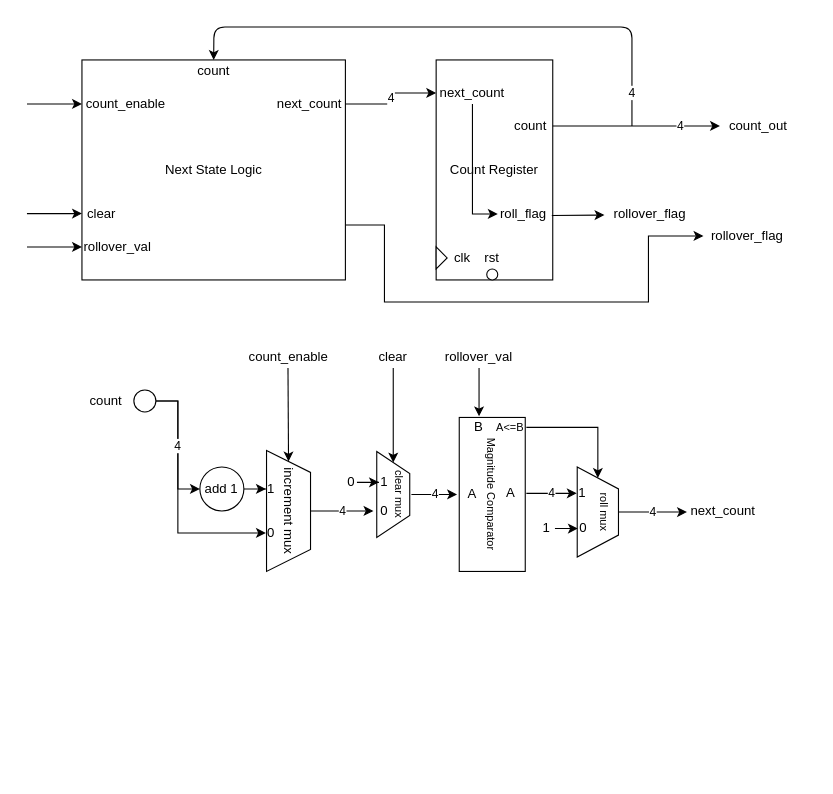
awesomeaiden/337labs keeps this draw.io diagram as Lab4/docs/flex_counter_optimized.drawio. Above is the earlier version. Source tidied: cells renumbered, new cells numbered last; positions are measured from the earlier drawing's top-left corner, leaving out a move shared by most shapes. Both pictures are drawn from the tidied source at 110%, with x=0, y=0 at pixel (26, 26).
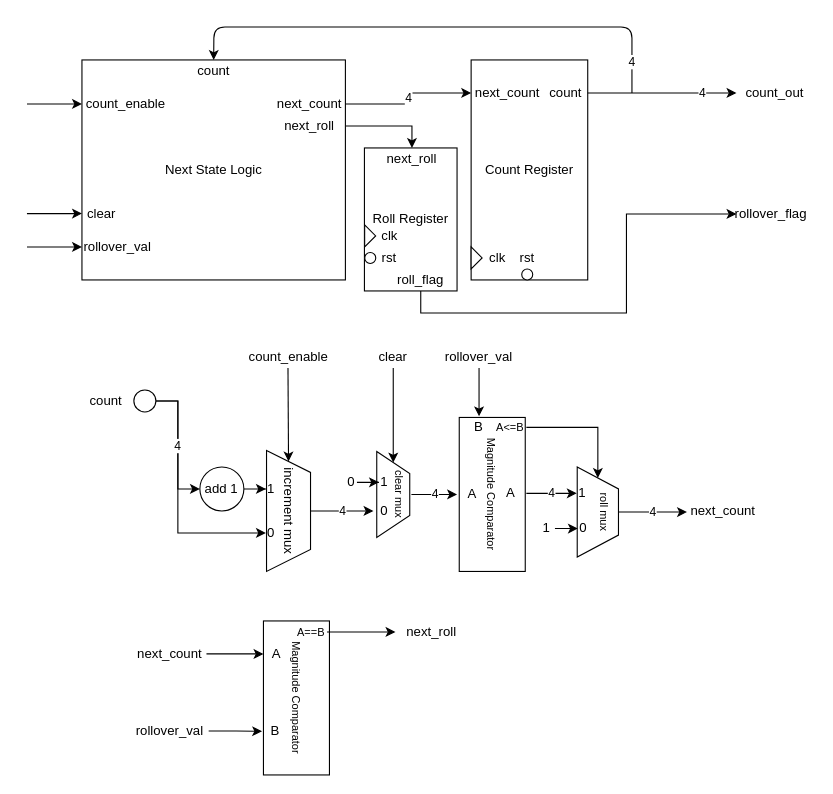
After the change.

The change refers to these unchanged cells:
```xml
<mxCell id="11" value="Next State Logic" style="rounded=0;whiteSpace=wrap;html=1;" parent="1" vertex="1">
  <mxGeometry x="50" y="30" width="239.5" height="200" as="geometry" />
</mxCell>
```

Change to the diagram source:
```diff
@@
     <mxCell id="2" value="Count Register" style="rounded=0;whiteSpace=wrap;html=1;" parent="1" vertex="1">
-      <mxGeometry x="372" y="30" width="106" height="200" as="geometry" />
+      <mxGeometry x="403.8" y="30" width="106" height="200" as="geometry" />
     </mxCell>
     <mxCell id="3" style="triangle;whiteSpace=wrap;html=1;" parent="1" vertex="1">
-      <mxGeometry x="372" y="200" width="10" height="20" as="geometry" />
+      <mxGeometry x="403.8" y="200" width="10" height="20" as="geometry" />
     </mxCell>
     <mxCell id="4" value="clk" style="text;html=1;strokeColor=none;fillColor=none;align=center;verticalAlign=middle;whiteSpace=wrap;rounded=0;" parent="1" vertex="1">
-      <mxGeometry x="376" y="200" width="40" height="20" as="geometry" />
+      <mxGeometry x="407.8" y="200" width="40" height="20" as="geometry" />
     </mxCell>
     <mxCell id="5" value="rst" style="text;html=1;strokeColor=none;fillColor=none;align=center;verticalAlign=middle;whiteSpace=wrap;rounded=0;" parent="1" vertex="1">
-      <mxGeometry x="403" y="200" width="40" height="20" as="geometry" />
+      <mxGeometry x="434.8" y="200" width="40" height="20" as="geometry" />
     </mxCell>
-    <mxCell id="6" style="edgeStyle=orthogonalEdgeStyle;rounded=0;jettySize=auto;html=1;entryX=0;entryY=0.5;entryDx=0;entryDy=0;" parent="1" edge="1" source="7" target="62">
-      <mxGeometry relative="1" as="geometry" />
-    </mxCell>
     <mxCell id="7" value="next_count" style="text;html=1;strokeColor=none;fillColor=none;align=center;verticalAlign=middle;whiteSpace=wrap;rounded=0;" parent="1" vertex="1">
-      <mxGeometry x="372" y="50" width="66" height="20" as="geometry" />
+      <mxGeometry x="403.8" y="50" width="66" height="20" as="geometry" />
     </mxCell>
-    <mxCell id="8" value="4" style="edgeStyle=orthogonalEdgeStyle;rounded=0;jettySize=auto;html=1;" parent="1" edge="1" source="9">
-      <mxGeometry x="0.54" relative="1" as="geometry">
-        <mxPoint x="630" y="90" as="targetPoint" />
-      </mxGeometry>
+    <mxCell id="8" value="4" style="edgeStyle=orthogonalEdgeStyle;rounded=0;jettySize=auto;html=1;entryX=0;entryY=0.5;entryDx=0;entryDy=0;" parent="1" edge="1" source="9" target="17">
+      <mxGeometry x="0.54" relative="1" as="geometry" />
     </mxCell>
     <mxCell id="9" value="count" style="text;html=1;strokeColor=none;fillColor=none;align=center;verticalAlign=middle;whiteSpace=wrap;rounded=0;" parent="1" vertex="1">
-      <mxGeometry x="438" y="80" width="40" height="20" as="geometry" />
+      <mxGeometry x="469.8" y="50" width="40" height="20" as="geometry" />
     </mxCell>
-    <mxCell id="10" style="edgeStyle=orthogonalEdgeStyle;rounded=0;jettySize=auto;html=1;exitX=1;exitY=0.75;exitDx=0;exitDy=0;entryX=0;entryY=0.5;entryDx=0;entryDy=0;" parent="1" edge="1" source="11" target="63">
-      <mxGeometry relative="1" as="geometry">
-        <Array as="points">
-          <mxPoint x="325" y="180" />
-          <mxPoint x="325" y="250" />
-          <mxPoint x="565" y="250" />
-          <mxPoint x="565" y="190" />
-        </Array>
-      </mxGeometry>
-    </mxCell>
@@
     <mxCell id="17" value="count_out" style="text;html=1;strokeColor=none;fillColor=none;align=center;verticalAlign=middle;whiteSpace=wrap;rounded=0;" parent="1" vertex="1">
-      <mxGeometry x="630" y="80" width="70" height="20" as="geometry" />
+      <mxGeometry x="645" y="50" width="70" height="20" as="geometry" />
     </mxCell>
     <mxCell id="18" value="4" style="endArrow=classic;html=1;entryX=0.5;entryY=0;entryDx=0;entryDy=0;" parent="1" edge="1" target="11">
       <mxGeometry x="-0.88" relative="1" as="geometry">
-        <mxPoint x="550" y="90" as="sourcePoint" />
+        <mxPoint x="550" y="60" as="sourcePoint" />
         <Array as="points">
           <mxPoint x="550" />
           <mxPoint x="170" />
         </Array>
       </mxGeometry>
     </mxCell>
@@
     <mxCell id="60" style="ellipse;whiteSpace=wrap;html=1;" parent="1" vertex="1">
-      <mxGeometry x="418" y="220" width="10" height="10" as="geometry" />
+      <mxGeometry x="449.8" y="220" width="10" height="10" as="geometry" />
     </mxCell>
@@
+    <mxCell id="65" value="rollover_flag" style="text;html=1;strokeColor=none;fillColor=none;align=center;verticalAlign=middle;whiteSpace=wrap;rounded=0;" parent="1" vertex="1">
+      <mxGeometry x="645" y="160" width="63" height="20" as="geometry" />
+    </mxCell>
+    <mxCell id="66" value="Roll Register" style="rounded=0;whiteSpace=wrap;html=1;" parent="1" vertex="1">
+      <mxGeometry x="306.8" y="110" width="84.2" height="130" as="geometry" />
+    </mxCell>
+    <mxCell id="67" style="edgeStyle=orthogonalEdgeStyle;rounded=0;jettySize=auto;html=1;entryX=0.5;entryY=0;entryDx=0;entryDy=0;" parent="1" edge="1" source="68" target="69">
+      <mxGeometry relative="1" as="geometry" />
+    </mxCell>
+    <mxCell id="68" value="next_roll" style="text;html=1;strokeColor=none;fillColor=none;align=center;verticalAlign=middle;whiteSpace=wrap;rounded=0;" parent="1" vertex="1">
+      <mxGeometry x="224" y="80" width="66" height="20" as="geometry" />
+    </mxCell>
+    <mxCell id="69" value="next_roll" style="text;html=1;strokeColor=none;fillColor=none;align=center;verticalAlign=middle;whiteSpace=wrap;rounded=0;" parent="1" vertex="1">
+      <mxGeometry x="317" y="110" width="66" height="20" as="geometry" />
+    </mxCell>
+    <mxCell id="70" style="edgeStyle=orthogonalEdgeStyle;rounded=0;jettySize=auto;html=1;entryX=0;entryY=0.5;entryDx=0;entryDy=0;" parent="1" edge="1" source="62" target="65">
+      <mxGeometry relative="1" as="geometry">
+        <Array as="points">
+          <mxPoint x="358" y="260" />
+          <mxPoint x="545" y="260" />
+          <mxPoint x="545" y="170" />
+        </Array>
+      </mxGeometry>
+    </mxCell>
     <mxCell id="62" value="roll_flag" style="text;html=1;strokeColor=none;fillColor=none;align=center;verticalAlign=middle;whiteSpace=wrap;rounded=0;" parent="1" vertex="1">
-      <mxGeometry x="428" y="160" width="46.5" height="20" as="geometry" />
+      <mxGeometry x="325" y="220" width="66" height="20" as="geometry" />
     </mxCell>
-    <mxCell id="63" value="rollover_flag" style="text;html=1;strokeColor=none;fillColor=none;align=center;verticalAlign=middle;whiteSpace=wrap;rounded=0;" parent="1" vertex="1">
-      <mxGeometry x="615" y="180" width="80" height="20" as="geometry" />
-    </mxCell>
-    <mxCell id="64" style="endArrow=classic;html=1;exitX=0.992;exitY=0.707;exitDx=0;exitDy=0;exitPerimeter=0;" parent="1" edge="1" source="2">
-      <mxGeometry relative="1" as="geometry">
-        <mxPoint x="525" y="171" as="targetPoint" />
-      </mxGeometry>
-    </mxCell>
-    <mxCell id="65" value="rollover_flag" style="text;html=1;strokeColor=none;fillColor=none;align=center;verticalAlign=middle;whiteSpace=wrap;rounded=0;" parent="1" vertex="1">
-      <mxGeometry x="535" y="160" width="63" height="20" as="geometry" />
-    </mxCell>
+    <mxCell id="71" style="triangle;whiteSpace=wrap;html=1;" parent="1" vertex="1">
+      <mxGeometry x="307" y="180" width="10" height="20" as="geometry" />
+    </mxCell>
+    <mxCell id="72" value="clk" style="text;html=1;strokeColor=none;fillColor=none;align=center;verticalAlign=middle;whiteSpace=wrap;rounded=0;" parent="1" vertex="1">
+      <mxGeometry x="317.1" y="180" width="25.8" height="20" as="geometry" />
+    </mxCell>
+    <mxCell id="73" value="rst" style="text;html=1;strokeColor=none;fillColor=none;align=center;verticalAlign=middle;whiteSpace=wrap;rounded=0;" parent="1" vertex="1">
+      <mxGeometry x="317" y="200" width="25" height="20" as="geometry" />
+    </mxCell>
+    <mxCell id="74" style="ellipse;whiteSpace=wrap;html=1;" parent="1" vertex="1">
+      <mxGeometry x="307.1" y="205" width="10" height="10" as="geometry" />
+    </mxCell>
+    <mxCell id="75" style="edgeStyle=orthogonalEdgeStyle;rounded=0;jettySize=auto;html=1;entryX=0.214;entryY=1;entryDx=0;entryDy=0;entryPerimeter=0;" parent="1" edge="1" source="76" target="77">
+      <mxGeometry relative="1" as="geometry" />
+    </mxCell>
+    <mxCell id="76" value="next_count" style="text;html=1;strokeColor=none;fillColor=none;align=center;verticalAlign=middle;whiteSpace=wrap;rounded=0;" parent="1" vertex="1">
+      <mxGeometry x="97.2" y="560" width="66" height="20" as="geometry" />
+    </mxCell>
+    <mxCell id="77" value="&lt;font style=&quot;font-size: 10px&quot;&gt;Magnitude Comparator&lt;br&gt;&lt;/font&gt;" style="rounded=0;whiteSpace=wrap;html=1;rotation=90;" parent="1" vertex="1">
+      <mxGeometry x="175" y="580" width="140" height="60" as="geometry" />
+    </mxCell>
+    <mxCell id="78" value="A" style="text;html=1;strokeColor=none;fillColor=none;align=center;verticalAlign=middle;whiteSpace=wrap;rounded=0;" parent="1" vertex="1">
+      <mxGeometry x="217.2" y="560" width="20.2" height="20" as="geometry" />
+    </mxCell>
+    <mxCell id="79" style="edgeStyle=orthogonalEdgeStyle;rounded=0;jettySize=auto;html=1;entryX=0.717;entryY=1.021;entryDx=0;entryDy=0;entryPerimeter=0;" parent="1" edge="1" source="80" target="77">
+      <mxGeometry relative="1" as="geometry" />
+    </mxCell>
+    <mxCell id="80" value="rollover_val" style="text;html=1;strokeColor=none;fillColor=none;align=center;verticalAlign=middle;whiteSpace=wrap;rounded=0;" parent="1" vertex="1">
+      <mxGeometry x="95.2" y="630" width="70" height="20" as="geometry" />
+    </mxCell>
+    <mxCell id="81" value="B" style="text;html=1;strokeColor=none;fillColor=none;align=center;verticalAlign=middle;whiteSpace=wrap;rounded=0;" parent="1" vertex="1">
+      <mxGeometry x="215.1" y="630" width="22.4" height="20" as="geometry" />
+    </mxCell>
+    <mxCell id="82" style="edgeStyle=orthogonalEdgeStyle;rounded=0;jettySize=auto;html=1;" parent="1" edge="1" source="83">
+      <mxGeometry relative="1" as="geometry">
+        <mxPoint x="335" y="550" as="targetPoint" />
+      </mxGeometry>
+    </mxCell>
+    <mxCell id="83" value="&lt;font style=&quot;font-size: 10px&quot;&gt;A==B&lt;/font&gt;" style="text;html=1;strokeColor=none;fillColor=none;align=center;verticalAlign=middle;whiteSpace=wrap;rounded=0;" parent="1" vertex="1">
+      <mxGeometry x="243.8" y="540" width="29" height="20" as="geometry" />
+    </mxCell>
+    <mxCell id="84" value="next_roll" style="text;html=1;strokeColor=none;fillColor=none;align=center;verticalAlign=middle;whiteSpace=wrap;rounded=0;" parent="1" vertex="1">
+      <mxGeometry x="335" y="540" width="66" height="20" as="geometry" />
+    </mxCell>
```
